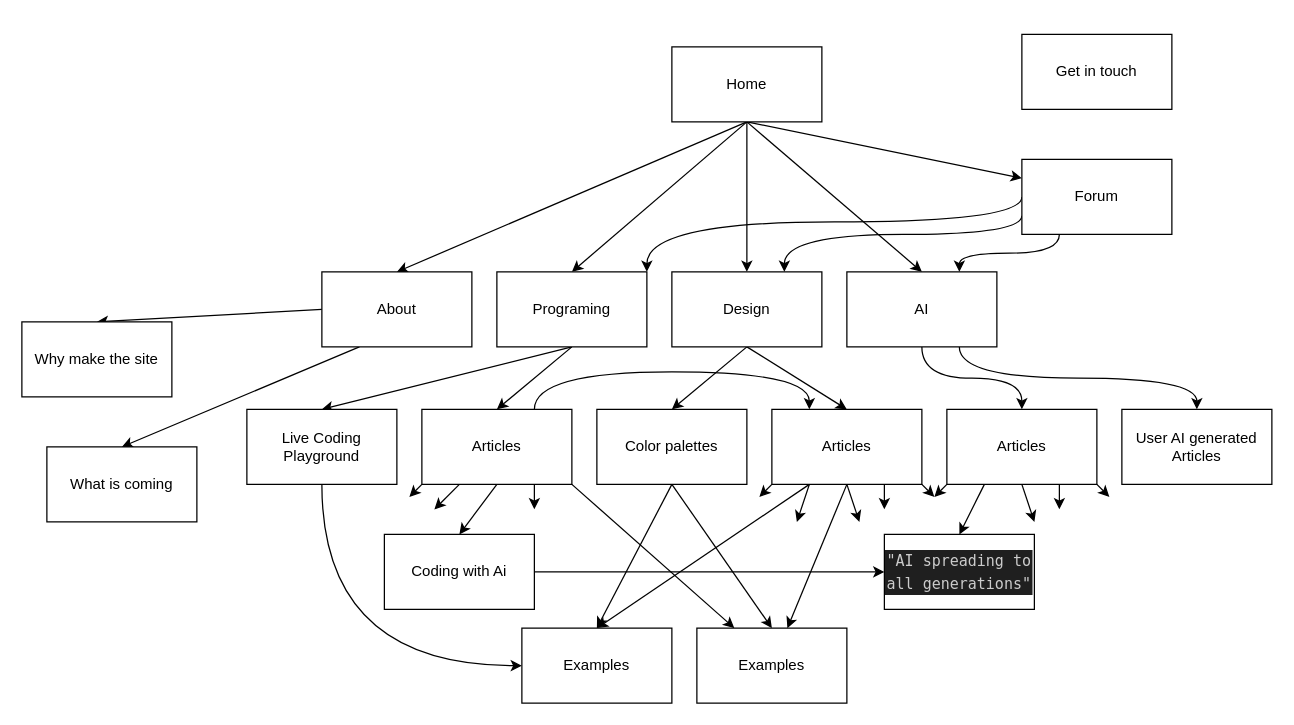
This is sitemap.drawio from Mikkelflassen/AI-blog, a draw.io file, before an edit. Source tidied: cells renumbered, new cells numbered last; positions are measured from the earlier drawing's top-left corner, leaving out a move shared by most shapes. Both pictures are drawn from the tidied source at 125%, with x=0, y=0 at pixel (21, 34).
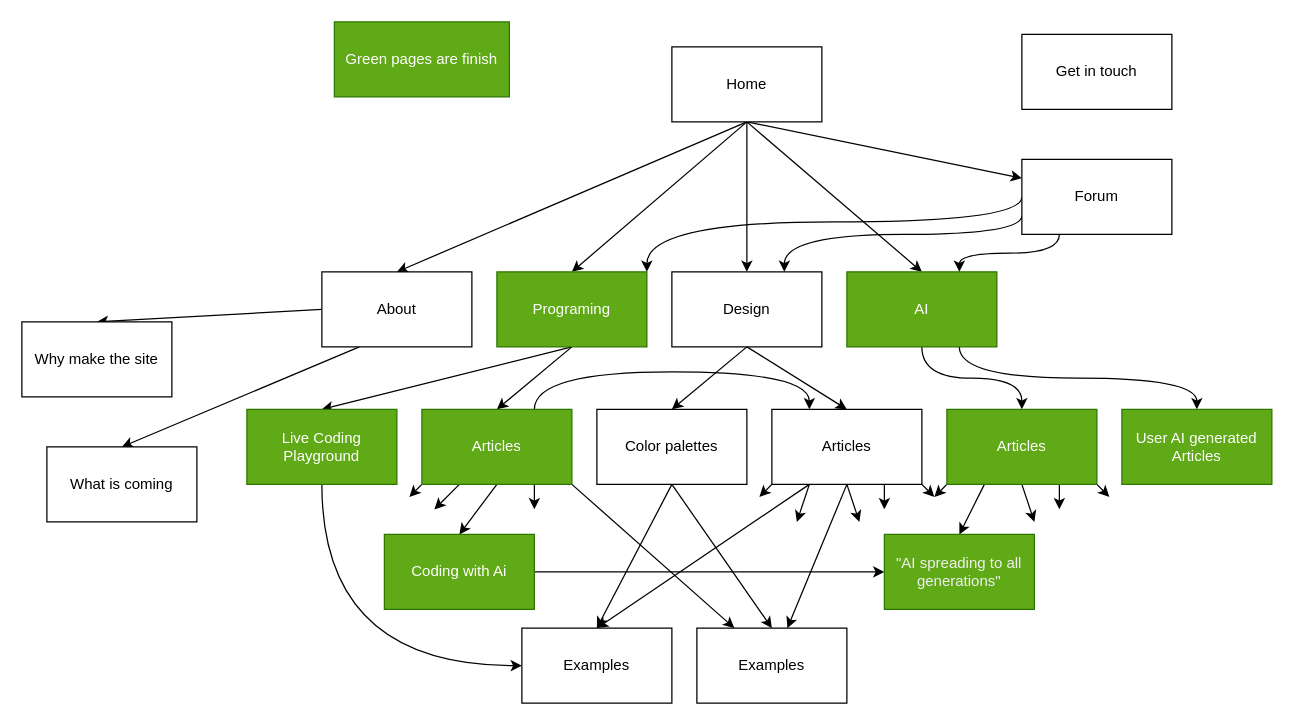
After the change.

Change to the diagram source:
```diff
@@
-    <mxCell id="10" value="Programing" style="rounded=0;whiteSpace=wrap;html=1;" parent="1" vertex="1">
+    <mxCell id="10" value="Programing" style="rounded=0;whiteSpace=wrap;html=1;fillColor=#60a917;fontColor=#ffffff;strokeColor=#2D7600;" parent="1" vertex="1">
       <mxGeometry x="380" y="190" width="120" height="60" as="geometry" />
     </mxCell>
@@
-    <mxCell id="19" value="AI" style="rounded=0;whiteSpace=wrap;html=1;" parent="1" vertex="1">
+    <mxCell id="19" value="AI" style="rounded=0;whiteSpace=wrap;html=1;fillColor=#60a917;fontColor=#ffffff;strokeColor=#2D7600;" parent="1" vertex="1">
       <mxGeometry x="660" y="190" width="120" height="60" as="geometry" />
     </mxCell>
@@
-    <mxCell id="27" value="Live Coding Playground" style="rounded=0;whiteSpace=wrap;html=1;" parent="1" vertex="1">
+    <mxCell id="27" value="Live Coding Playground" style="rounded=0;whiteSpace=wrap;html=1;fillColor=#60a917;fontColor=#ffffff;strokeColor=#2D7600;" parent="1" vertex="1">
       <mxGeometry x="180" y="300" width="120" height="60" as="geometry" />
     </mxCell>
@@
-    <mxCell id="34" value="Articles" style="rounded=0;whiteSpace=wrap;html=1;" parent="1" vertex="1">
+    <mxCell id="34" value="Articles" style="rounded=0;whiteSpace=wrap;html=1;fillColor=#60a917;fontColor=#ffffff;strokeColor=#2D7600;" parent="1" vertex="1">
       <mxGeometry x="320" y="300" width="120" height="60" as="geometry" />
     </mxCell>
@@
-    <mxCell id="36" value="Coding with Ai" style="rounded=0;whiteSpace=wrap;html=1;" parent="1" vertex="1">
+    <mxCell id="36" value="Coding with Ai" style="rounded=0;whiteSpace=wrap;html=1;fillColor=#60a917;fontColor=#ffffff;strokeColor=#2D7600;" parent="1" vertex="1">
       <mxGeometry x="290" y="400" width="120" height="60" as="geometry" />
     </mxCell>
@@
-    <mxCell id="55" value="Articles" style="rounded=0;whiteSpace=wrap;html=1;" parent="1" vertex="1">
+    <mxCell id="55" value="Articles" style="rounded=0;whiteSpace=wrap;html=1;fillColor=#60a917;fontColor=#ffffff;strokeColor=#2D7600;" parent="1" vertex="1">
       <mxGeometry x="740" y="300" width="120" height="60" as="geometry" />
     </mxCell>
-    <mxCell id="56" value="&lt;div style=&quot;color: rgb(204, 204, 204); background-color: rgb(31, 31, 31); font-family: Menlo, Monaco, &amp;quot;Courier New&amp;quot;, monospace; line-height: 18px;&quot;&gt;&quot;AI spreading to all generations&quot;&lt;/div&gt;" style="rounded=0;whiteSpace=wrap;html=1;" parent="1" vertex="1">
+    <mxCell id="56" value="&lt;div style=&quot;color: rgb(204, 204, 204); font-family: Menlo, Monaco, &amp;quot;Courier New&amp;quot;, monospace; line-height: 120%;&quot;&gt;&lt;span style=&quot;color: rgb(240, 240, 240); font-family: Helvetica;&quot;&gt;&quot;AI spreading to all generations&quot;&lt;/span&gt;&lt;br&gt;&lt;/div&gt;" style="rounded=0;whiteSpace=wrap;html=1;fillColor=#60a917;fontColor=#ffffff;strokeColor=#2D7600;" parent="1" vertex="1">
       <mxGeometry x="690" y="400" width="120" height="60" as="geometry" />
     </mxCell>
-    <mxCell id="57" value="User AI generated Articles" style="rounded=0;whiteSpace=wrap;html=1;" parent="1" vertex="1">
+    <mxCell id="57" value="User AI generated Articles" style="rounded=0;whiteSpace=wrap;html=1;fillColor=#60a917;fontColor=#ffffff;strokeColor=#2D7600;" parent="1" vertex="1">
       <mxGeometry x="880" y="300" width="120" height="60" as="geometry" />
     </mxCell>
@@
+    <mxCell id="59" value="Green pages are finish" style="rounded=0;whiteSpace=wrap;html=1;labelBackgroundColor=none;fillColor=#60a917;fontColor=#ffffff;strokeColor=#2D7600;" parent="1" vertex="1">
+      <mxGeometry x="250" y="-10" width="140" height="60" as="geometry" />
+    </mxCell>
```
